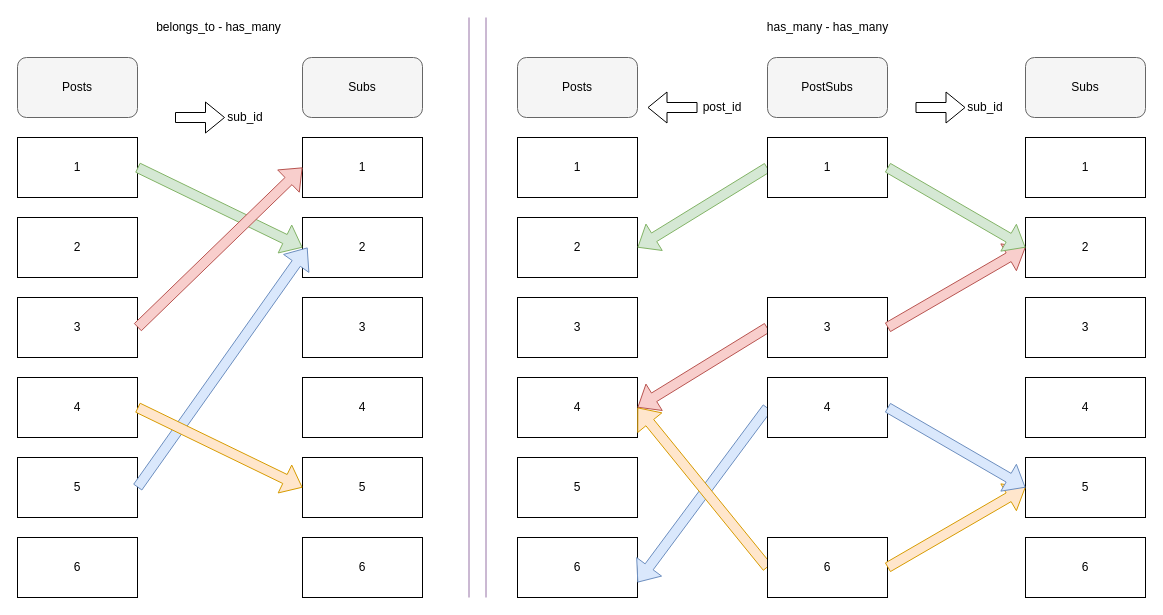
Above: associations-diagram.drawio in ssoonmi/draw-io (draw.io), before the change. Source tidied: cells renumbered, new cells numbered last; positions are measured from the earlier drawing's top-left corner, leaving out a move shared by most shapes. Both pictures are drawn from the tidied source at 100%, with x=0, y=0 at pixel (17, 17).
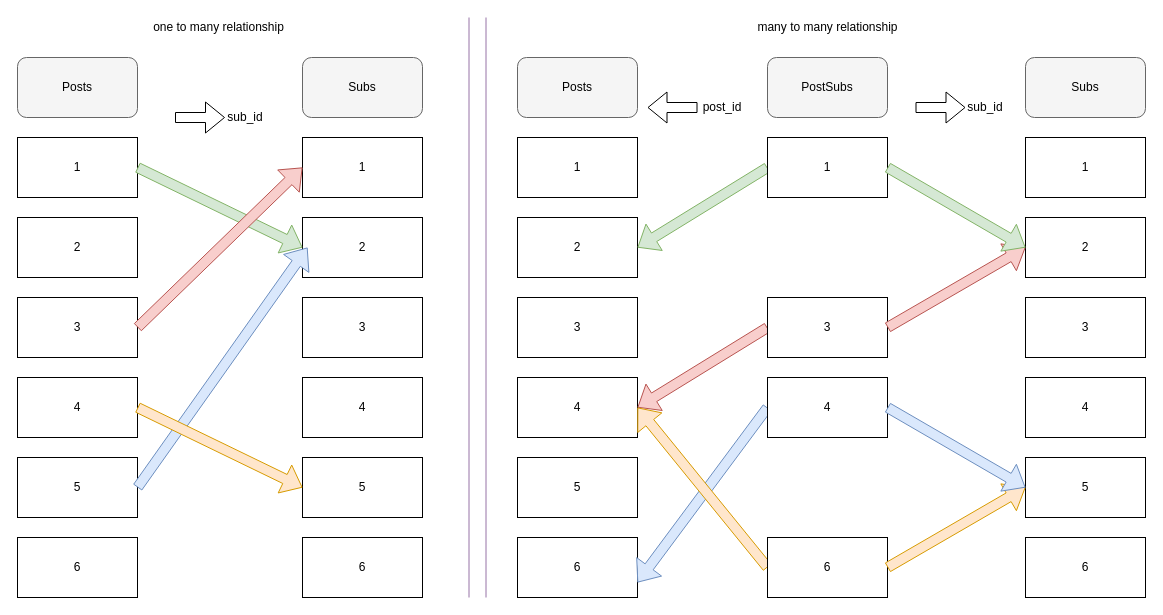
The same diagram, later.

Diff of the diagram source:
```diff
@@
-    <mxCell id="58" value="belongs_to - has_many" style="text;html=1;strokeColor=none;fillColor=none;align=center;verticalAlign=middle;whiteSpace=wrap;rounded=0;" parent="1" vertex="1">
+    <mxCell id="58" value="one to many relationship" style="text;html=1;strokeColor=none;fillColor=none;align=center;verticalAlign=middle;whiteSpace=wrap;rounded=0;" parent="1" vertex="1">
       <mxGeometry x="110" width="183" height="20" as="geometry" />
     </mxCell>
-    <mxCell id="59" value="has_many - has_many" style="text;html=1;strokeColor=none;fillColor=none;align=center;verticalAlign=middle;whiteSpace=wrap;rounded=0;" parent="1" vertex="1">
+    <mxCell id="59" value="many to many relationship" style="text;html=1;strokeColor=none;fillColor=none;align=center;verticalAlign=middle;whiteSpace=wrap;rounded=0;" parent="1" vertex="1">
       <mxGeometry x="718.5" width="183" height="20" as="geometry" />
     </mxCell>
```
